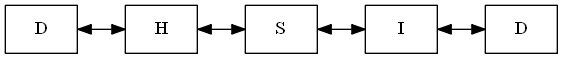
The Graphviz diagram imagenes/lista_letras_player_uno.png in RoberttHernan/EDD_1S2020_PY1_201700870, before a commit. Its source is kept beside it as dot_s/lista_letras_player_uno.dot.
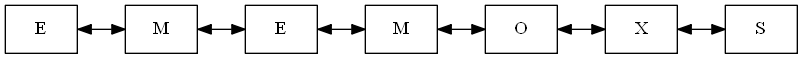
Above is the later version.

Change to the diagram source:
```diff
@@ -1,11 +1,13 @@
 digraph G {
  rankdir=LR
  node[shape=box]
-node1[label = "D"]
-node2[label = "H"]
-node3[label = "S"]
-node4[label = "I"]
-node5[label = "D"]
-node1->node2->node3->node4->node5[dir=both];
+node1[label = "E"]
+node2[label = "M"]
+node3[label = "E"]
+node4[label = "M"]
+node5[label = "O"]
+node6[label = "X"]
+node7[label = "S"]
+node1->node2->node3->node4->node5->node6->node7[dir=both];
 
 }
```
